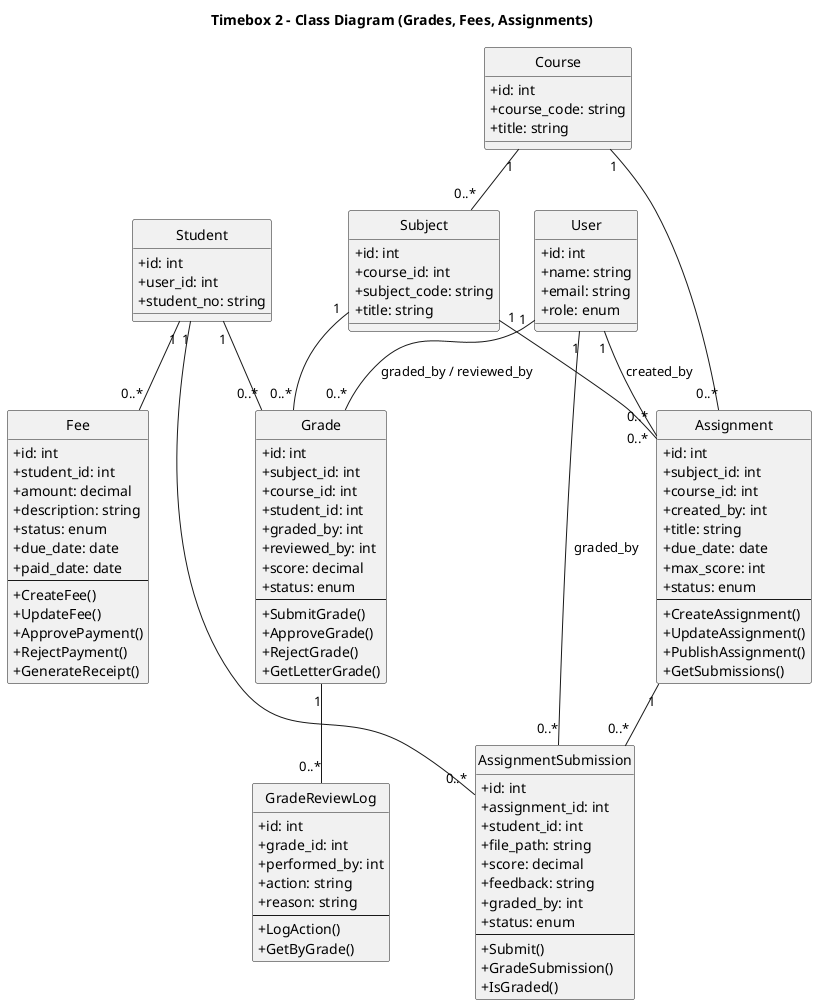
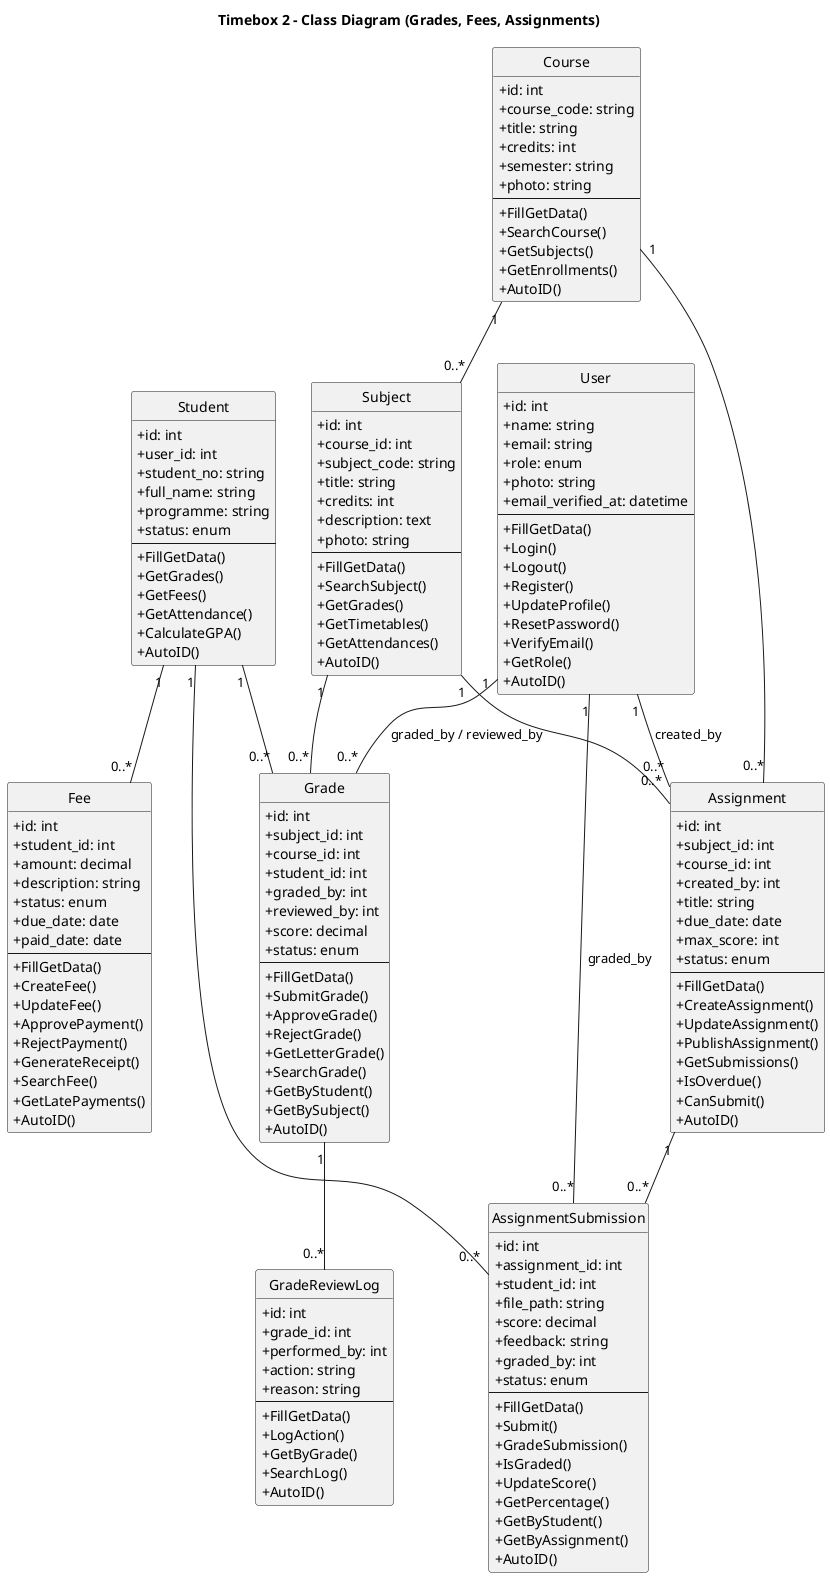
@startuml
hide circle
skinparam classAttributeIconSize 0
title Timebox 2 - Class Diagram (Grades, Fees, Assignments)

class Student {
  +id: int
  +user_id: int
  +student_no: string
+   +full_name: string
+   +programme: string
+   +status: enum
+   --
+   +FillGetData()
+   +GetGrades()
+   +GetFees()
+   +GetAttendance()
+   +CalculateGPA()
+   +AutoID()
}

class User {
  +id: int
  +name: string
  +email: string
  +role: enum
+   +photo: string
+   +email_verified_at: datetime
+   --
+   +FillGetData()
+   +Login()
+   +Logout()
+   +Register()
+   +UpdateProfile()
+   +ResetPassword()
+   +VerifyEmail()
+   +GetRole()
+   +AutoID()
}

class Course {
  +id: int
  +course_code: string
  +title: string
+   +credits: int
+   +semester: string
+   +photo: string
+   --
+   +FillGetData()
+   +SearchCourse()
+   +GetSubjects()
+   +GetEnrollments()
+   +AutoID()
}

class Subject {
  +id: int
  +course_id: int
  +subject_code: string
  +title: string
+   +credits: int
+   +description: text
+   +photo: string
+   --
+   +FillGetData()
+   +SearchSubject()
+   +GetGrades()
+   +GetTimetables()
+   +GetAttendances()
+   +AutoID()
}

class Grade {
  +id: int
  +subject_id: int
  +course_id: int
  +student_id: int
  +graded_by: int
  +reviewed_by: int
  +score: decimal
  +status: enum
  --
+   +FillGetData()
  +SubmitGrade()
  +ApproveGrade()
  +RejectGrade()
  +GetLetterGrade()
+   +SearchGrade()
+   +GetByStudent()
+   +GetBySubject()
+   +AutoID()
}

class GradeReviewLog {
  +id: int
  +grade_id: int
  +performed_by: int
  +action: string
  +reason: string
  --
+   +FillGetData()
  +LogAction()
  +GetByGrade()
+   +SearchLog()
+   +AutoID()
}

class Fee {
  +id: int
  +student_id: int
  +amount: decimal
  +description: string
  +status: enum
  +due_date: date
  +paid_date: date
  --
+   +FillGetData()
  +CreateFee()
  +UpdateFee()
  +ApprovePayment()
  +RejectPayment()
  +GenerateReceipt()
+   +SearchFee()
+   +GetLatePayments()
+   +AutoID()
}

class Assignment {
  +id: int
  +subject_id: int
  +course_id: int
  +created_by: int
  +title: string
  +due_date: date
  +max_score: int
  +status: enum
  --
+   +FillGetData()
  +CreateAssignment()
  +UpdateAssignment()
  +PublishAssignment()
  +GetSubmissions()
+   +IsOverdue()
+   +CanSubmit()
+   +AutoID()
}

class AssignmentSubmission {
  +id: int
  +assignment_id: int
  +student_id: int
  +file_path: string
  +score: decimal
  +feedback: string
  +graded_by: int
  +status: enum
  --
+   +FillGetData()
  +Submit()
  +GradeSubmission()
  +IsGraded()
+   +UpdateScore()
+   +GetPercentage()
+   +GetByStudent()
+   +GetByAssignment()
+   +AutoID()
}

' Relationships
Course  "1" -- "0..*" Subject
Subject "1" -- "0..*" Grade
Student "1" -- "0..*" Grade
User    "1" -- "0..*" Grade : graded_by / reviewed_by
Grade   "1" -- "0..*" GradeReviewLog

Student "1" -- "0..*" Fee

Subject "1" -- "0..*" Assignment
Course  "1" -- "0..*" Assignment
User    "1" -- "0..*" Assignment : created_by
Assignment "1" -- "0..*" AssignmentSubmission
Student    "1" -- "0..*" AssignmentSubmission
User       "1" -- "0..*" AssignmentSubmission : graded_by

@enduml